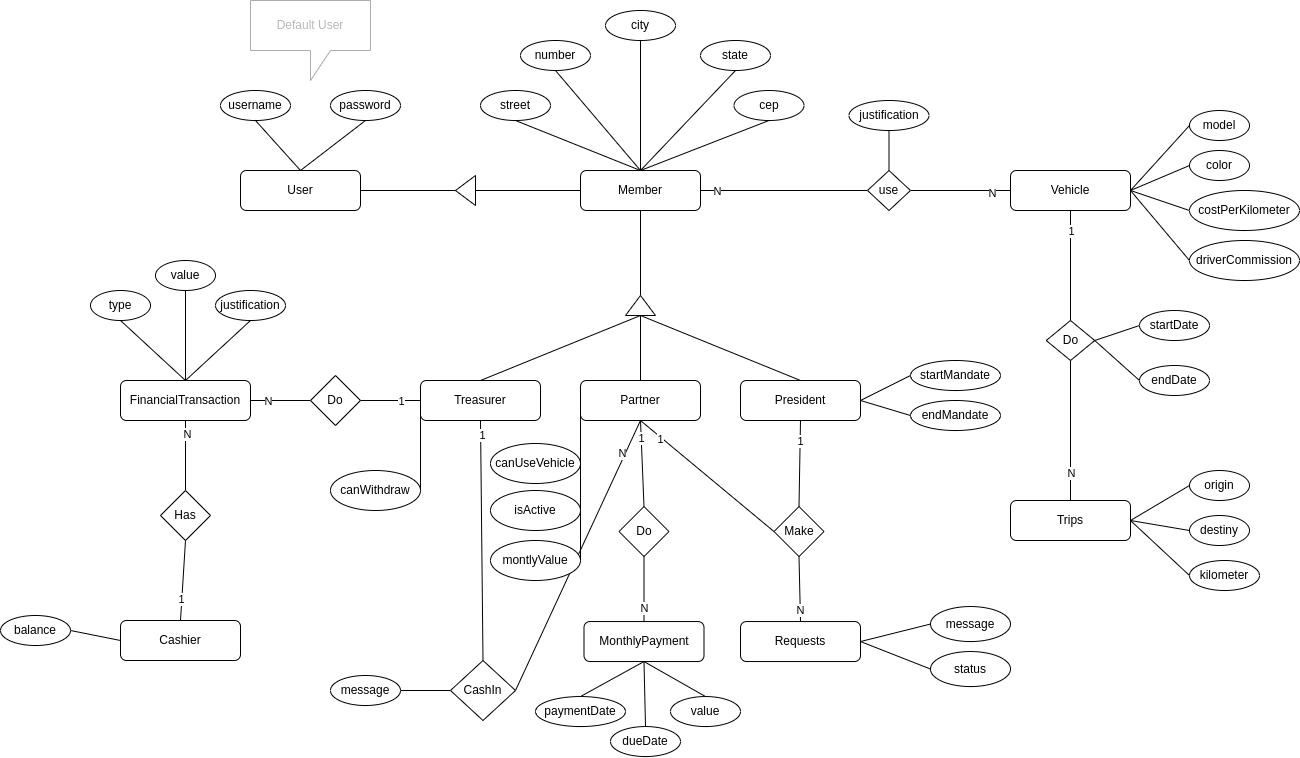
gabrielroot/orgManagment_django keeps this draw.io diagram as djangoProject.drawio.png. Above is the earlier version. Source tidied: cells renumbered, new cells last; positions are measured from the earlier drawing's top-left corner, leaving out a move shared by most shapes.
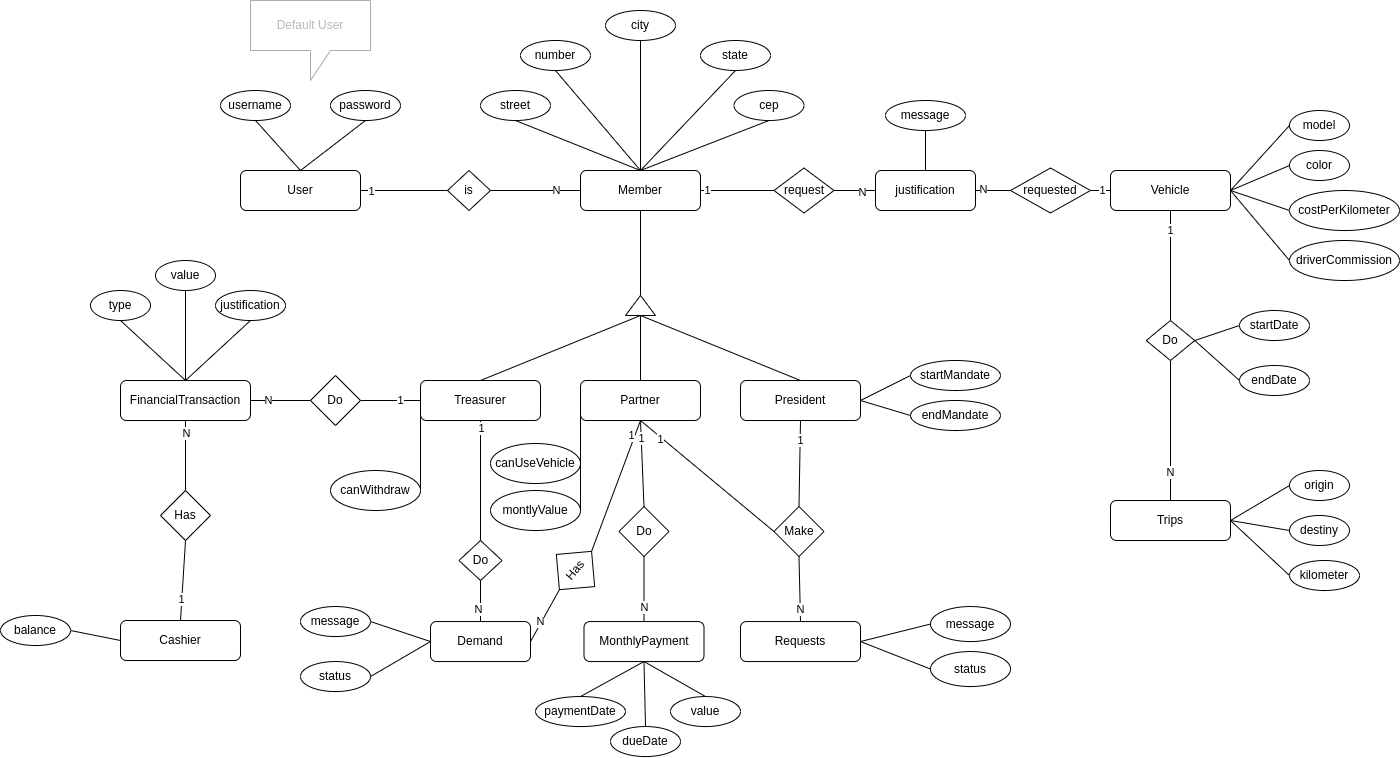
The same file after the commit.

The edit, as a diff of the source:
```diff
@@ -23,10 +23,10 @@
     <mxCell id="8" value="1" style="edgeLabel;html=1;align=center;verticalAlign=middle;" parent="7" vertex="1">
       <mxGeometry x="-0.69" y="-2" relative="1" as="geometry" />
     </mxCell>
-    <mxCell id="9" style="edgeStyle=none;rounded=0;jettySize=auto;html=1;exitX=0.5;exitY=1;exitDx=0;exitDy=0;entryX=1;entryY=0.5;entryDx=0;entryDy=0;endArrow=none;endFill=0;" parent="1" edge="1" source="11" target="112">
+    <mxCell id="9" style="edgeStyle=none;rounded=0;jettySize=auto;html=1;exitX=0.5;exitY=1;exitDx=0;exitDy=0;entryX=0.5;entryY=0;entryDx=0;entryDy=0;endArrow=none;endFill=0;" parent="1" edge="1" source="11" target="129">
       <mxGeometry relative="1" as="geometry" />
     </mxCell>
-    <mxCell id="10" value="N" style="edgeLabel;html=1;align=center;verticalAlign=middle;" parent="9" vertex="1">
+    <mxCell id="10" value="1" style="edgeLabel;html=1;align=center;verticalAlign=middle;" parent="9" vertex="1">
       <mxGeometry x="-0.75" y="-3" relative="1" as="geometry" />
     </mxCell>
     <mxCell id="11" value="Partner" style="rounded=1;whiteSpace=wrap;html=1;" parent="1" vertex="1">
@@ -41,7 +41,7 @@
     <mxCell id="14" style="edgeStyle=none;rounded=0;jettySize=auto;html=1;exitX=0;exitY=0.5;exitDx=0;exitDy=0;entryX=1;entryY=0.5;entryDx=0;entryDy=0;endArrow=none;endFill=0;" parent="1" edge="1" source="17" target="113">
       <mxGeometry relative="1" as="geometry" />
     </mxCell>
-    <mxCell id="15" style="edgeStyle=none;rounded=0;jettySize=auto;html=1;exitX=0.5;exitY=1;exitDx=0;exitDy=0;entryX=0.5;entryY=0;entryDx=0;entryDy=0;endArrow=none;endFill=0;" parent="1" edge="1" source="17" target="112">
+    <mxCell id="15" style="edgeStyle=none;rounded=0;jettySize=auto;html=1;exitX=0.5;exitY=1;exitDx=0;exitDy=0;entryX=0;entryY=0.5;entryDx=0;entryDy=0;endArrow=none;endFill=0;" parent="1" edge="1" source="17" target="132">
       <mxGeometry relative="1" as="geometry" />
     </mxCell>
     <mxCell id="16" value="1" style="edgeLabel;html=1;align=center;verticalAlign=middle;" parent="15" vertex="1">
@@ -56,10 +56,10 @@
     <mxCell id="19" value="President" style="rounded=1;whiteSpace=wrap;html=1;" parent="1" vertex="1">
       <mxGeometry x="740" y="380" width="120" height="40" as="geometry" />
     </mxCell>
-    <mxCell id="20" style="edgeStyle=none;rounded=0;jettySize=auto;html=1;exitX=1;exitY=0.5;exitDx=0;exitDy=0;entryX=0;entryY=0.5;entryDx=0;entryDy=0;endArrow=none;endFill=0;" parent="1" edge="1" source="25" target="56">
+    <mxCell id="20" style="edgeStyle=none;rounded=0;jettySize=auto;html=1;exitX=1;exitY=0.5;exitDx=0;exitDy=0;endArrow=none;endFill=0;entryX=0;entryY=0.5;entryDx=0;entryDy=0;" parent="1" edge="1" source="25" target="56">
       <mxGeometry relative="1" as="geometry" />
     </mxCell>
-    <mxCell id="21" value="N" style="edgeLabel;html=1;align=center;verticalAlign=middle;" parent="20" vertex="1">
+    <mxCell id="21" value="1" style="edgeLabel;html=1;align=center;verticalAlign=middle;" parent="20" vertex="1">
       <mxGeometry x="-0.81" relative="1" as="geometry" />
     </mxCell>
     <mxCell id="22" style="edgeStyle=none;rounded=0;jettySize=auto;html=1;exitX=0.5;exitY=0;exitDx=0;exitDy=0;entryX=0.5;entryY=1;entryDx=0;entryDy=0;endArrow=none;endFill=0;" parent="1" edge="1" source="25" target="95">
@@ -99,43 +99,43 @@
       <mxGeometry x="-0.64" relative="1" as="geometry" />
     </mxCell>
     <mxCell id="34" value="Vehicle" style="rounded=1;whiteSpace=wrap;html=1;" parent="1" vertex="1">
-      <mxGeometry x="1010" y="170" width="120" height="40" as="geometry" />
+      <mxGeometry x="1110" y="170" width="120" height="40" as="geometry" />
     </mxCell>
     <mxCell id="35" value="model" style="ellipse;whiteSpace=wrap;html=1;" parent="1" vertex="1">
-      <mxGeometry x="1189" y="110" width="60" height="30" as="geometry" />
+      <mxGeometry x="1289" y="110" width="60" height="30" as="geometry" />
     </mxCell>
     <mxCell id="36" value="color" style="ellipse;whiteSpace=wrap;html=1;" parent="1" vertex="1">
-      <mxGeometry x="1189" y="150" width="60" height="30" as="geometry" />
+      <mxGeometry x="1289" y="150" width="60" height="30" as="geometry" />
     </mxCell>
     <mxCell id="37" value="costPerKilometer" style="ellipse;whiteSpace=wrap;html=1;" parent="1" vertex="1">
-      <mxGeometry x="1189" y="190" width="110" height="40" as="geometry" />
+      <mxGeometry x="1289" y="190" width="110" height="40" as="geometry" />
     </mxCell>
     <mxCell id="38" style="edgeStyle=none;rounded=0;jettySize=auto;html=1;exitX=0;exitY=0.5;exitDx=0;exitDy=0;entryX=1;entryY=0.5;entryDx=0;entryDy=0;endArrow=none;endFill=0;" parent="1" edge="1" source="39" target="34">
       <mxGeometry relative="1" as="geometry" />
     </mxCell>
     <mxCell id="39" value="driverCommission" style="ellipse;whiteSpace=wrap;html=1;" parent="1" vertex="1">
-      <mxGeometry x="1189" y="240" width="110" height="40" as="geometry" />
+      <mxGeometry x="1289" y="240" width="110" height="40" as="geometry" />
     </mxCell>
     <mxCell id="40" style="edgeStyle=none;rounded=0;jettySize=auto;html=1;exitX=1;exitY=0.5;exitDx=0;exitDy=0;entryX=0;entryY=0.5;entryDx=0;entryDy=0;endArrow=none;endFill=0;" parent="1" edge="1" source="41" target="46">
       <mxGeometry relative="1" as="geometry" />
     </mxCell>
     <mxCell id="41" value="Trips" style="rounded=1;whiteSpace=wrap;html=1;" parent="1" vertex="1">
-      <mxGeometry x="1010" y="500" width="120" height="40" as="geometry" />
+      <mxGeometry x="1110" y="500" width="120" height="40" as="geometry" />
     </mxCell>
     <mxCell id="42" style="edgeStyle=none;rounded=0;jettySize=auto;html=1;exitX=0;exitY=0.5;exitDx=0;exitDy=0;entryX=1;entryY=0.5;entryDx=0;entryDy=0;endArrow=none;endFill=0;" parent="1" edge="1" source="43" target="41">
       <mxGeometry relative="1" as="geometry" />
     </mxCell>
     <mxCell id="43" value="origin" style="ellipse;whiteSpace=wrap;html=1;" parent="1" vertex="1">
-      <mxGeometry x="1189" y="470" width="60" height="30" as="geometry" />
+      <mxGeometry x="1289" y="470" width="60" height="30" as="geometry" />
     </mxCell>
     <mxCell id="44" style="edgeStyle=none;rounded=0;jettySize=auto;html=1;exitX=0;exitY=0.5;exitDx=0;exitDy=0;entryX=1;entryY=0.5;entryDx=0;entryDy=0;endArrow=none;endFill=0;" parent="1" edge="1" source="45" target="41">
       <mxGeometry relative="1" as="geometry" />
     </mxCell>
     <mxCell id="45" value="destiny" style="ellipse;whiteSpace=wrap;html=1;" parent="1" vertex="1">
-      <mxGeometry x="1189" y="515" width="60" height="30" as="geometry" />
+      <mxGeometry x="1289" y="515" width="60" height="30" as="geometry" />
     </mxCell>
     <mxCell id="46" value="kilometer" style="ellipse;whiteSpace=wrap;html=1;" parent="1" vertex="1">
-      <mxGeometry x="1189" y="560" width="70" height="30" as="geometry" />
+      <mxGeometry x="1289" y="560" width="70" height="30" as="geometry" />
     </mxCell>
     <mxCell id="47" style="edgeStyle=none;rounded=0;jettySize=auto;html=1;exitX=0.5;exitY=1;exitDx=0;exitDy=0;entryX=0.5;entryY=0;entryDx=0;entryDy=0;endArrow=none;endFill=0;" parent="1" edge="1" source="50" target="41">
       <mxGeometry relative="1" as="geometry" />
@@ -147,31 +147,33 @@
       <mxGeometry relative="1" as="geometry" />
     </mxCell>
     <mxCell id="50" value="Do" style="rhombus;whiteSpace=wrap;html=1;" parent="1" vertex="1">
-      <mxGeometry x="1045.8" y="320" width="48.5" height="40" as="geometry" />
+      <mxGeometry x="1145.8" y="320" width="48.5" height="40" as="geometry" />
     </mxCell>
     <mxCell id="51" value="startDate" style="ellipse;whiteSpace=wrap;html=1;" parent="1" vertex="1">
-      <mxGeometry x="1139" y="310" width="70" height="30" as="geometry" />
+      <mxGeometry x="1239" y="310" width="70" height="30" as="geometry" />
     </mxCell>
     <mxCell id="52" style="edgeStyle=none;rounded=0;jettySize=auto;html=1;exitX=0;exitY=0.5;exitDx=0;exitDy=0;entryX=1;entryY=0.5;entryDx=0;entryDy=0;endArrow=none;endFill=0;" parent="1" edge="1" source="53" target="50">
       <mxGeometry relative="1" as="geometry" />
     </mxCell>
     <mxCell id="53" value="endDate" style="ellipse;whiteSpace=wrap;html=1;" parent="1" vertex="1">
-      <mxGeometry x="1139" y="365" width="70" height="30" as="geometry" />
+      <mxGeometry x="1239" y="365" width="70" height="30" as="geometry" />
     </mxCell>
-    <mxCell id="54" style="edgeStyle=none;rounded=0;jettySize=auto;html=1;exitX=1;exitY=0.5;exitDx=0;exitDy=0;entryX=0;entryY=0.5;entryDx=0;entryDy=0;endArrow=none;endFill=0;" parent="1" edge="1" source="56" target="34">
+    <mxCell id="54" style="edgeStyle=none;rounded=0;jettySize=auto;html=1;entryX=0;entryY=0.5;entryDx=0;entryDy=0;endArrow=none;endFill=0;exitX=1;exitY=0.5;exitDx=0;exitDy=0;" parent="1" edge="1" source="138" target="34">
       <mxGeometry relative="1" as="geometry" />
     </mxCell>
-    <mxCell id="55" value="N" style="edgeLabel;html=1;align=center;verticalAlign=middle;" parent="54" vertex="1">
-      <mxGeometry x="0.63" y="-2" relative="1" as="geometry" />
+    <mxCell id="55" value="1" style="edgeLabel;html=1;align=center;verticalAlign=middle;" parent="54" vertex="1">
+      <mxGeometry x="0.63" y="-2" relative="1" as="geometry">
+        <mxPoint x="-4" y="-2" as="offset" />
+      </mxGeometry>
     </mxCell>
-    <mxCell id="56" value="use" style="rhombus;whiteSpace=wrap;html=1;" parent="1" vertex="1">
-      <mxGeometry x="867" y="170" width="43" height="40" as="geometry" />
+    <mxCell id="56" value="request" style="rhombus;whiteSpace=wrap;html=1;" parent="1" vertex="1">
+      <mxGeometry x="773.5" y="167.5" width="60" height="45" as="geometry" />
     </mxCell>
-    <mxCell id="57" style="edgeStyle=none;rounded=0;jettySize=auto;html=1;exitX=0.5;exitY=1;exitDx=0;exitDy=0;entryX=0.5;entryY=0;entryDx=0;entryDy=0;endArrow=none;endFill=0;" parent="1" edge="1" source="58" target="56">
+    <mxCell id="57" style="edgeStyle=none;rounded=0;jettySize=auto;html=1;exitX=0.5;exitY=1;exitDx=0;exitDy=0;endArrow=none;endFill=0;entryX=0.5;entryY=0;entryDx=0;entryDy=0;" parent="1" edge="1" source="58" target="137">
       <mxGeometry relative="1" as="geometry" />
     </mxCell>
-    <mxCell id="58" value="justification" style="ellipse;whiteSpace=wrap;html=1;" parent="1" vertex="1">
-      <mxGeometry x="848.5" y="100" width="80" height="30" as="geometry" />
+    <mxCell id="58" value="message" style="ellipse;whiteSpace=wrap;html=1;" parent="1" vertex="1">
+      <mxGeometry x="885" y="100" width="80" height="30" as="geometry" />
     </mxCell>
     <mxCell id="59" value="balance" style="ellipse;whiteSpace=wrap;html=1;" parent="1" vertex="1">
       <mxGeometry y="615" width="70" height="30" as="geometry" />
@@ -326,42 +328,36 @@
     <mxCell id="107" value="endMandate" style="ellipse;whiteSpace=wrap;html=1;" parent="1" vertex="1">
       <mxGeometry x="910" y="400" width="90" height="30" as="geometry" />
     </mxCell>
-    <mxCell id="108" style="edgeStyle=none;rounded=0;jettySize=auto;html=1;entryX=0;entryY=0.5;entryDx=0;entryDy=0;endArrow=none;endFill=0;exitX=1;exitY=0.5;exitDx=0;exitDy=0;" parent="1" edge="1" source="109" target="11">
-      <mxGeometry relative="1" as="geometry" />
-    </mxCell>
-    <mxCell id="109" value="isActive" style="ellipse;whiteSpace=wrap;html=1;" parent="1" vertex="1">
-      <mxGeometry x="490" y="490" width="90" height="40" as="geometry" />
-    </mxCell>
-    <mxCell id="110" style="edgeStyle=none;rounded=0;jettySize=auto;html=1;exitX=1;exitY=0.5;exitDx=0;exitDy=0;entryX=0;entryY=0.5;entryDx=0;entryDy=0;endArrow=none;endFill=0;" parent="1" edge="1" source="111" target="112">
+    <mxCell id="110" style="edgeStyle=none;rounded=0;jettySize=auto;html=1;exitX=1;exitY=0.5;exitDx=0;exitDy=0;entryX=0;entryY=0.5;entryDx=0;entryDy=0;endArrow=none;endFill=0;" parent="1" edge="1" source="111" target="128">
       <mxGeometry relative="1" as="geometry" />
     </mxCell>
     <mxCell id="111" value="message" style="ellipse;whiteSpace=wrap;html=1;" parent="1" vertex="1">
-      <mxGeometry x="330" y="675" width="70" height="30" as="geometry" />
+      <mxGeometry x="300" y="606" width="70" height="30" as="geometry" />
     </mxCell>
-    <mxCell id="112" value="CashIn" style="rhombus;whiteSpace=wrap;html=1;" parent="1" vertex="1">
-      <mxGeometry x="450" y="660" width="65" height="60" as="geometry" />
-    </mxCell>
     <mxCell id="113" value="canWithdraw" style="ellipse;whiteSpace=wrap;html=1;" parent="1" vertex="1">
       <mxGeometry x="330" y="470" width="90" height="40" as="geometry" />
     </mxCell>
     <mxCell id="114" value="montlyValue" style="ellipse;whiteSpace=wrap;html=1;" parent="1" vertex="1">
-      <mxGeometry x="490" y="540" width="90" height="40" as="geometry" />
+      <mxGeometry x="490" y="490" width="90" height="40" as="geometry" />
     </mxCell>
-    <mxCell id="115" style="edgeStyle=none;rounded=0;jettySize=auto;html=1;entryX=0;entryY=0.5;entryDx=0;entryDy=0;endArrow=none;endFill=0;exitX=1;exitY=0.5;exitDx=0;exitDy=0;" parent="1" edge="1" source="114" target="11">
+    <mxCell id="115" style="edgeStyle=none;rounded=0;jettySize=auto;html=1;endArrow=none;endFill=0;exitX=1;exitY=0.5;exitDx=0;exitDy=0;entryX=0;entryY=0.5;entryDx=0;entryDy=0;" parent="1" edge="1" source="114" target="11">
       <mxGeometry relative="1" as="geometry" />
     </mxCell>
     <mxCell id="116" value="User" style="rounded=1;whiteSpace=wrap;html=1;" parent="1" vertex="1">
       <mxGeometry x="240" y="170" width="120" height="40" as="geometry" />
     </mxCell>
-    <mxCell id="117" style="triangle;whiteSpace=wrap;html=1;rotation=90;direction=south;" parent="1" vertex="1">
-      <mxGeometry x="450" y="180" width="30" height="20" as="geometry" />
-    </mxCell>
-    <mxCell id="118" style="rounded=0;jettySize=auto;html=1;entryX=1;entryY=0.5;entryDx=0;entryDy=0;endArrow=none;endFill=0;exitX=1;exitY=0.5;exitDx=0;exitDy=0;" parent="1" edge="1" source="117" target="116">
+    <mxCell id="118" style="rounded=0;jettySize=auto;html=1;entryX=1;entryY=0.5;entryDx=0;entryDy=0;endArrow=none;endFill=0;exitX=0;exitY=0.5;exitDx=0;exitDy=0;" parent="1" edge="1" source="127" target="116">
       <mxGeometry relative="1" as="geometry" />
     </mxCell>
+    <mxCell id="125" value="1" style="edgeLabel;html=1;align=center;verticalAlign=middle;" parent="118" vertex="1">
+      <mxGeometry x="0.75" y="1" relative="1" as="geometry" />
+    </mxCell>
-    <mxCell id="119" style="rounded=0;jettySize=auto;html=1;entryX=0;entryY=0.5;entryDx=0;entryDy=0;endArrow=none;endFill=0;exitX=0;exitY=0.5;exitDx=0;exitDy=0;" parent="1" edge="1" source="25" target="117">
+    <mxCell id="119" style="rounded=0;jettySize=auto;html=1;entryX=1;entryY=0.5;entryDx=0;entryDy=0;endArrow=none;endFill=0;exitX=0;exitY=0.5;exitDx=0;exitDy=0;" parent="1" edge="1" source="25" target="127">
       <mxGeometry relative="1" as="geometry" />
     </mxCell>
+    <mxCell id="126" value="N" style="edgeLabel;html=1;align=center;verticalAlign=middle;" parent="119" vertex="1">
+      <mxGeometry x="-0.45" relative="1" as="geometry" />
+    </mxCell>
     <mxCell id="120" value="username" style="ellipse;whiteSpace=wrap;html=1;" parent="1" vertex="1">
       <mxGeometry x="220" y="90" width="70" height="30" as="geometry" />
     </mxCell>
@@ -377,5 +373,55 @@
     <mxCell id="124" value="&lt;font color=&quot;#b8b8b8&quot;&gt;Default User&lt;/font&gt;" style="shape=callout;whiteSpace=wrap;html=1;perimeter=calloutPerimeter;strokeColor=#ABABAB;" parent="1" vertex="1">
       <mxGeometry x="250" width="120" height="80" as="geometry" />
     </mxCell>
+    <mxCell id="127" value="is" style="rhombus;whiteSpace=wrap;html=1;" parent="1" vertex="1">
+      <mxGeometry x="447" y="170" width="43" height="40" as="geometry" />
+    </mxCell>
+    <mxCell id="128" value="Demand" style="rounded=1;whiteSpace=wrap;html=1;" parent="1" vertex="1">
+      <mxGeometry x="430" y="621" width="100" height="40" as="geometry" />
+    </mxCell>
+    <mxCell id="129" value="Has" style="rhombus;whiteSpace=wrap;html=1;direction=south;rotation=-50;" parent="1" vertex="1">
+      <mxGeometry x="550" y="545" width="50" height="50" as="geometry" />
+    </mxCell>
+    <mxCell id="130" style="edgeStyle=none;rounded=0;jettySize=auto;html=1;exitX=0.5;exitY=1;exitDx=0;exitDy=0;entryX=1;entryY=0.5;entryDx=0;entryDy=0;endArrow=none;endFill=0;" parent="1" edge="1" source="129" target="128">
+      <mxGeometry relative="1" as="geometry" />
+    </mxCell>
+    <mxCell id="131" value="N" style="edgeLabel;html=1;align=center;verticalAlign=middle;" parent="130" vertex="1">
+      <mxGeometry x="-0.75" y="-3" relative="1" as="geometry">
+        <mxPoint x="-13" y="27" as="offset" />
+      </mxGeometry>
+    </mxCell>
+    <mxCell id="132" value="Do" style="rhombus;whiteSpace=wrap;html=1;direction=south;rotation=0;" parent="1" vertex="1">
+      <mxGeometry x="458.5" y="540" width="43" height="40" as="geometry" />
+    </mxCell>
+    <mxCell id="133" style="edgeStyle=none;rounded=0;jettySize=auto;html=1;exitX=1;exitY=0.5;exitDx=0;exitDy=0;entryX=0.5;entryY=0;entryDx=0;entryDy=0;endArrow=none;endFill=0;" parent="1" edge="1" source="132" target="128">
+      <mxGeometry relative="1" as="geometry" />
+    </mxCell>
+    <mxCell id="134" value="N" style="edgeLabel;html=1;align=center;verticalAlign=middle;" parent="133" vertex="1">
+      <mxGeometry x="0.4" y="-2" relative="1" as="geometry" />
+    </mxCell>
+    <mxCell id="135" value="status" style="ellipse;whiteSpace=wrap;html=1;" parent="1" vertex="1">
+      <mxGeometry x="300" y="661" width="70" height="30" as="geometry" />
+    </mxCell>
+    <mxCell id="136" style="edgeStyle=none;rounded=0;jettySize=auto;html=1;exitX=1;exitY=0.5;exitDx=0;exitDy=0;entryX=0;entryY=0.5;entryDx=0;entryDy=0;endArrow=none;endFill=0;" parent="1" edge="1" source="135" target="128">
+      <mxGeometry relative="1" as="geometry" />
+    </mxCell>
+    <mxCell id="137" value="justification" style="rounded=1;whiteSpace=wrap;html=1;" parent="1" vertex="1">
+      <mxGeometry x="875" y="170" width="100" height="40" as="geometry" />
+    </mxCell>
+    <mxCell id="138" value="requested" style="rhombus;whiteSpace=wrap;html=1;" parent="1" vertex="1">
+      <mxGeometry x="1010" y="167.5" width="80" height="45" as="geometry" />
+    </mxCell>
+    <mxCell id="139" style="edgeStyle=none;rounded=0;jettySize=auto;html=1;exitX=1;exitY=0.5;exitDx=0;exitDy=0;endArrow=none;endFill=0;entryX=0;entryY=0.5;entryDx=0;entryDy=0;" parent="1" edge="1" source="137" target="138">
+      <mxGeometry relative="1" as="geometry" />
+    </mxCell>
+    <mxCell id="140" value="N" style="edgeLabel;html=1;align=center;verticalAlign=middle;" parent="139" vertex="1">
+      <mxGeometry x="-0.56" y="1" relative="1" as="geometry" />
+    </mxCell>
+    <mxCell id="141" style="edgeStyle=none;rounded=0;jettySize=auto;html=1;exitX=1;exitY=0.5;exitDx=0;exitDy=0;endArrow=none;endFill=0;entryX=0;entryY=0.5;entryDx=0;entryDy=0;" parent="1" edge="1" source="56" target="137">
+      <mxGeometry relative="1" as="geometry" />
+    </mxCell>
+    <mxCell id="142" value="N" style="edgeLabel;html=1;align=center;verticalAlign=middle;" parent="141" vertex="1">
+      <mxGeometry x="0.35" y="-2" relative="1" as="geometry" />
+    </mxCell>
   </root>
 </mxGraphModel>
```
